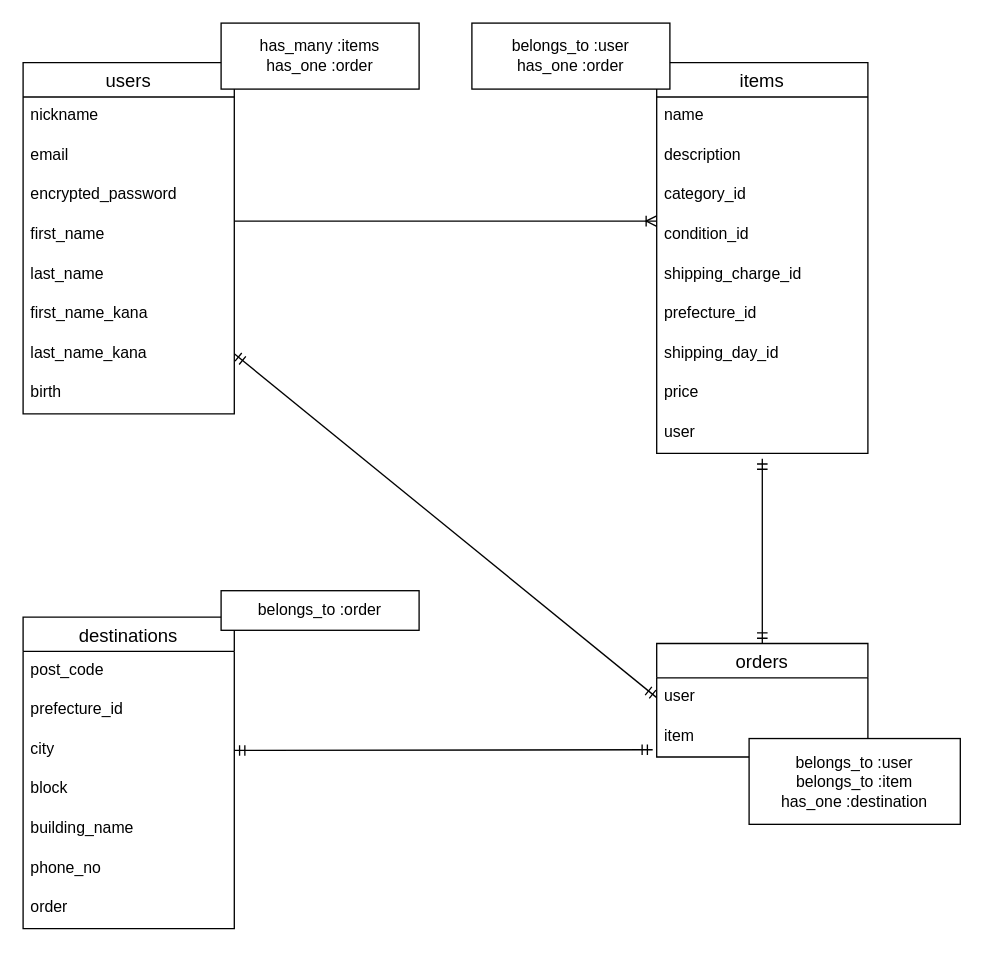
blue248/furima-38715 keeps this draw.io diagram as table.dio. Above is the earlier version. Source tidied: cells renumbered, new cells numbered last; positions are measured from the earlier drawing's top-left corner, leaving out a move shared by most shapes. Both pictures are drawn from the tidied source at 132%, with x=0, y=0 at pixel (22, 22).
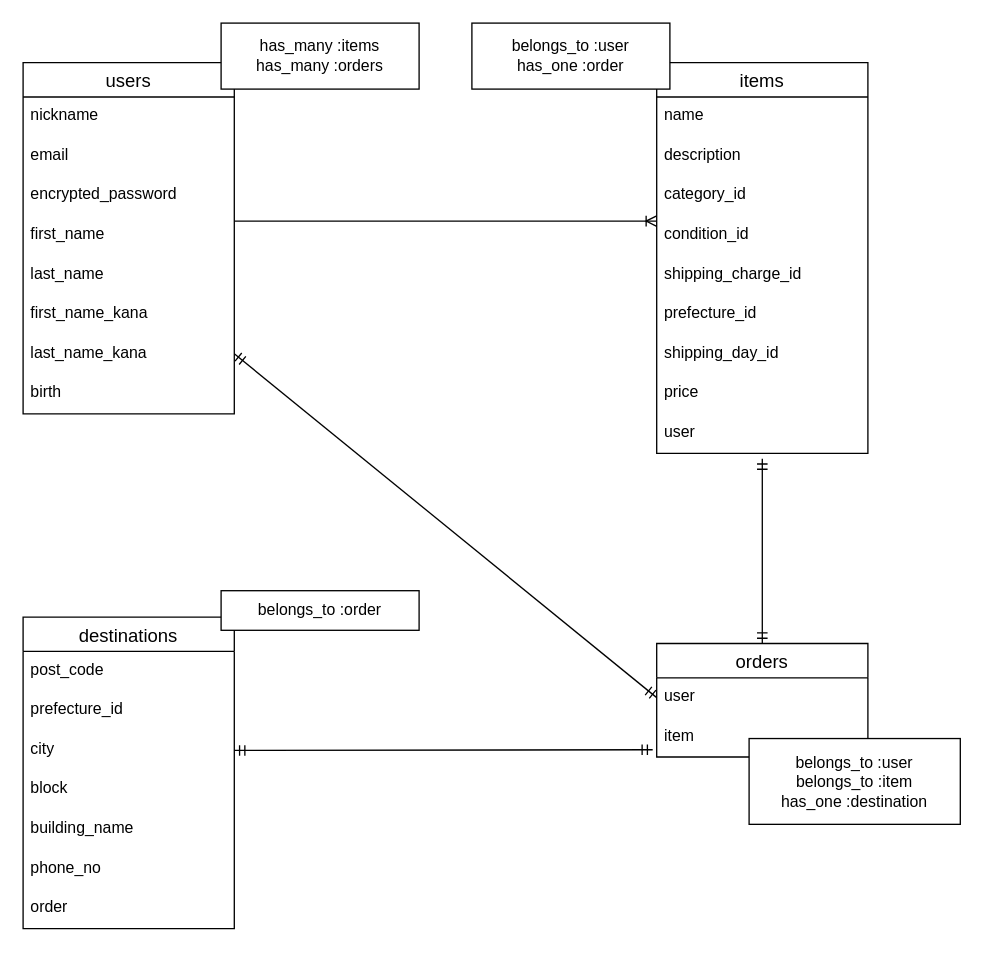
After the change.

Commit message (it also covers changes not shown here):
usersテーブルのアソシエーション修正

What changed in the source:
```diff
@@
-    <mxCell id="34" value="has_many :items&lt;br&gt;has_one :order" style="text;html=1;align=center;verticalAlign=middle;whiteSpace=wrap;rounded=0;strokeColor=default;fillColor=#FFFFFF;" parent="1" vertex="1">
+    <mxCell id="34" value="has_many :items&lt;br&gt;has_many :orders" style="text;html=1;align=center;verticalAlign=middle;whiteSpace=wrap;rounded=0;strokeColor=default;fillColor=#FFFFFF;" parent="1" vertex="1">
       <mxGeometry x="150" width="150" height="50" as="geometry" />
     </mxCell>
```
